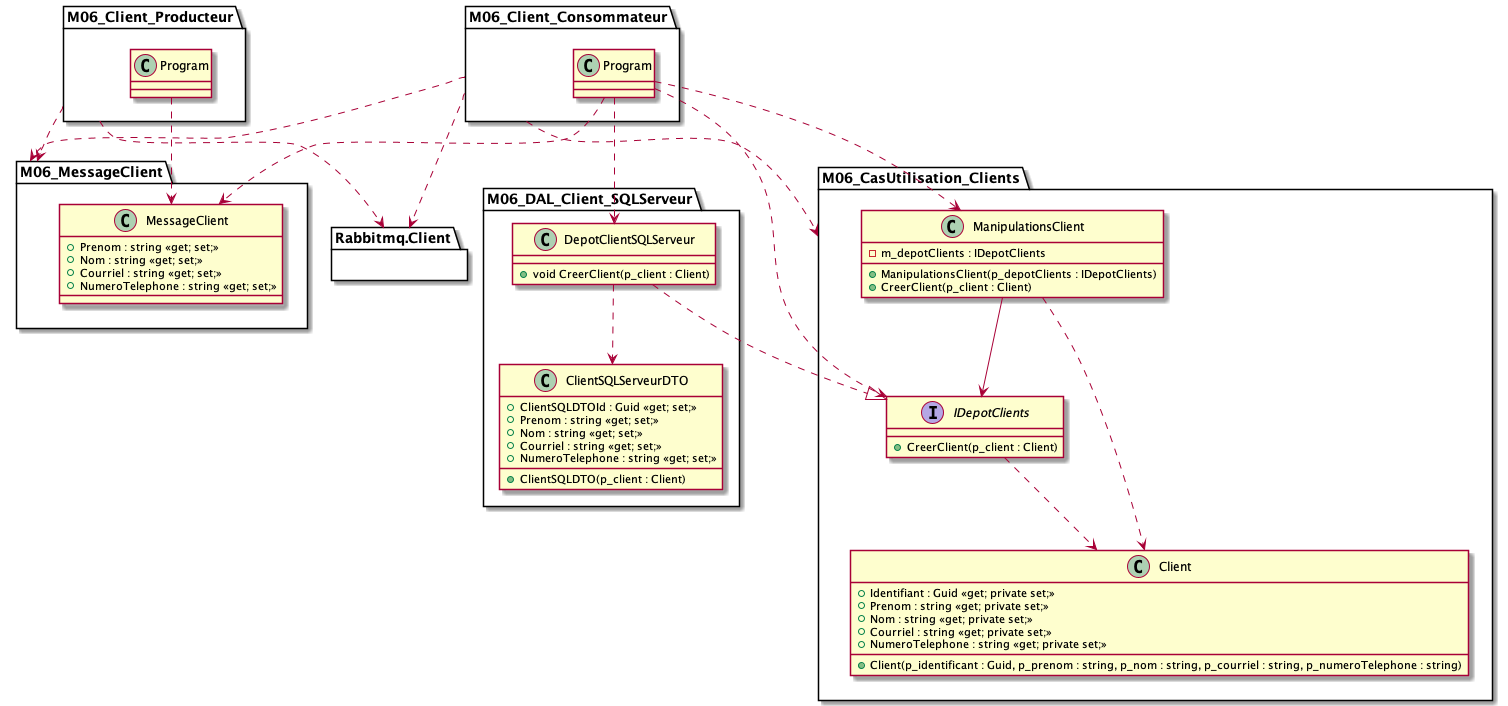
This is images/Module06_FileMessages/diag/uml_exercice2/clients_classes.png from PiFou86/420-W47-SF, a PlantUML export, as it was before one commit. Its diagram source:
```plantuml
@startuml clients_classes

package M06_CasUtilisation_Clients {
    class ManipulationsClient {
        - m_depotClients : IDepotClients
        + ManipulationsClient(p_depotClients : IDepotClients)
        + CreerClient(p_client : Client)
    }
    interface IDepotClients {
        + CreerClient(p_client : Client)
    }
    class Client {
        + Identifiant : Guid <<get; private set;>>
        + Prenom : string <<get; private set;>>
        + Nom : string <<get; private set;>>
        + Courriel : string <<get; private set;>>
        + NumeroTelephone : string <<get; private set;>>
        + Client(p_identificant : Guid, p_prenom : string, p_nom : string, p_courriel : string, p_numeroTelephone : string)
    }
    ManipulationsClient --> IDepotClients
    ManipulationsClient ..> Client
    IDepotClients ..> Client
}

package M06_DAL_Client_SQLServeur {
    class DepotClientSQLServeur {
        + void CreerClient(p_client : Client)
    }

    class ClientSQLServeurDTO {
        + ClientSQLDTOId : Guid <<get; set;>>
        + Prenom : string <<get; set;>>
        + Nom : string <<get; set;>>
        + Courriel : string <<get; set;>>
        + NumeroTelephone : string <<get; set;>>
        + ClientSQLDTO(p_client : Client)
    }

    DepotClientSQLServeur ..|> IDepotClients
    DepotClientSQLServeur ..> ClientSQLServeurDTO
}

package M06_MessageClient {
    class MessageClient {
        + Prenom : string <<get; set;>>
        + Nom : string <<get; set;>>
        + Courriel : string <<get; set;>>
        + NumeroTelephone : string <<get; set;>>
    }
}

package M06_Client_Producteur {

}
M06_Client_Producteur.Program ..> MessageClient

package M06_Client_Consommateur {


}
M06_Client_Consommateur.Program ..> MessageClient
M06_Client_Consommateur.Program ..> ManipulationsClient
M06_Client_Consommateur.Program ..> IDepotClients
M06_Client_Consommateur.Program ..> DepotClientSQLServeur


package Rabbitmq.Client {

}


M06_Client_Producteur ..> Rabbitmq.Client
M06_Client_Producteur ..> M06_MessageClient

M06_Client_Consommateur ..> Rabbitmq.Client
M06_Client_Consommateur ..> M06_CasUtilisation_Clients
M06_Client_Consommateur ..> M06_MessageClient
@enduml
```
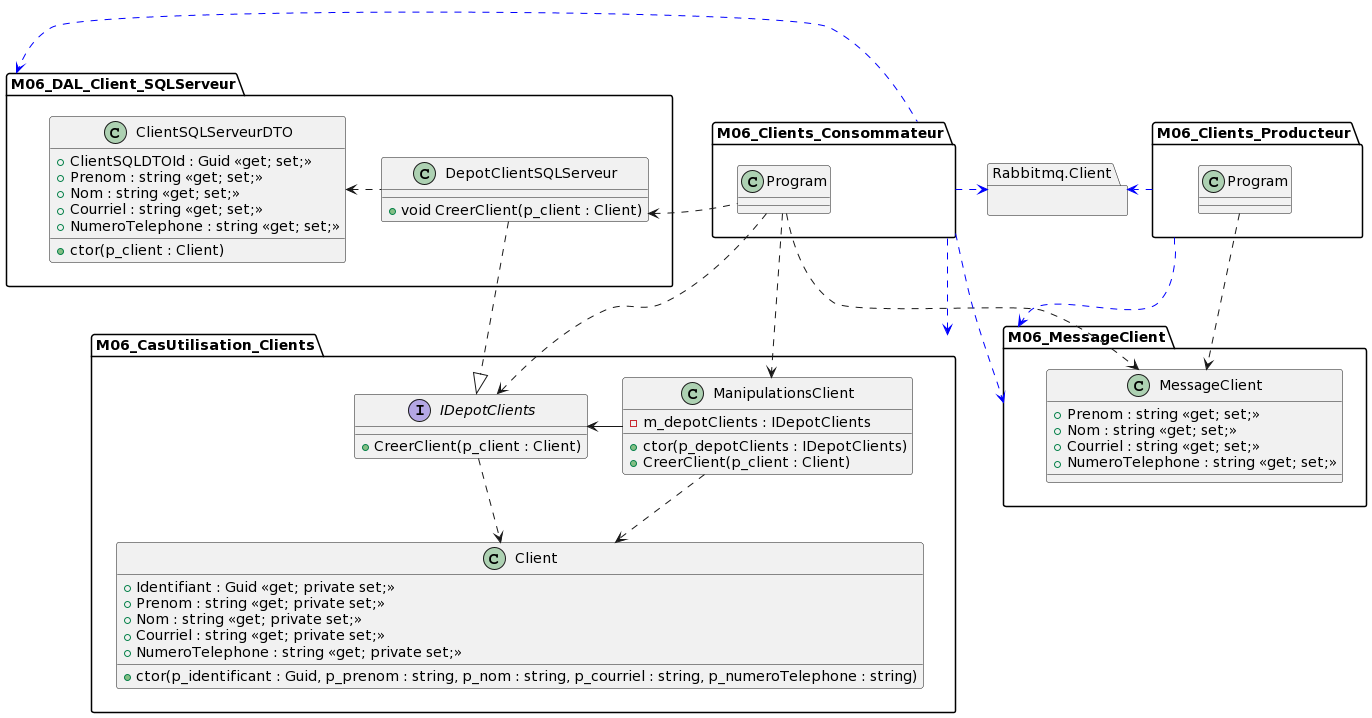
After the commit.

The edit, as a diff of the source:
```diff
@@ -1,23 +1,27 @@
-@startuml clients_classes
+@startuml
+set namespaceSeparator ::
 
 package M06_CasUtilisation_Clients {
     class ManipulationsClient {
         - m_depotClients : IDepotClients
-        + ManipulationsClient(p_depotClients : IDepotClients)
+        + ctor(p_depotClients : IDepotClients)
         + CreerClient(p_client : Client)
     }
+
     interface IDepotClients {
         + CreerClient(p_client : Client)
     }
+
     class Client {
         + Identifiant : Guid <<get; private set;>>
         + Prenom : string <<get; private set;>>
         + Nom : string <<get; private set;>>
         + Courriel : string <<get; private set;>>
         + NumeroTelephone : string <<get; private set;>>
-        + Client(p_identificant : Guid, p_prenom : string, p_nom : string, p_courriel : string, p_numeroTelephone : string)
+        + ctor(p_identificant : Guid, p_prenom : string, p_nom : string, p_courriel : string, p_numeroTelephone : string)
     }
-    ManipulationsClient --> IDepotClients
+
+    ManipulationsClient -> IDepotClients
     ManipulationsClient ..> Client
     IDepotClients ..> Client
 }
@@ -33,46 +37,46 @@
         + Nom : string <<get; set;>>
         + Courriel : string <<get; set;>>
         + NumeroTelephone : string <<get; set;>>
-        + ClientSQLDTO(p_client : Client)
+        + ctor(p_client : Client)
     }
 
-    DepotClientSQLServeur ..|> IDepotClients
-    DepotClientSQLServeur ..> ClientSQLServeurDTO
+    DepotClientSQLServeur ..|> M06_CasUtilisation_Clients::IDepotClients
+    DepotClientSQLServeur .l> ClientSQLServeurDTO
 }
 
-package M06_MessageClient {
-    class MessageClient {
-        + Prenom : string <<get; set;>>
-        + Nom : string <<get; set;>>
-        + Courriel : string <<get; set;>>
-        + NumeroTelephone : string <<get; set;>>
+together {
+    package M06_MessageClient {
+        class MessageClient {
+            + Prenom : string <<get; set;>>
+            + Nom : string <<get; set;>>
+            + Courriel : string <<get; set;>>
+            + NumeroTelephone : string <<get; set;>>
+        }
     }
+
+    package M06_Clients_Producteur {
+        class Program
+
+        Program ..> M06_MessageClient::MessageClient
+    }
+
+    package Rabbitmq.Client {}
 }
 
-package M06_Client_Producteur {
+package M06_Clients_Consommateur {
+    class Program
 
-}
-M06_Client_Producteur.Program ..> MessageClient
-
-package M06_Client_Consommateur {
-
-
-}
-M06_Client_Consommateur.Program ..> MessageClient
-M06_Client_Consommateur.Program ..> ManipulationsClient
-M06_Client_Consommateur.Program ..> IDepotClients
-M06_Client_Consommateur.Program ..> DepotClientSQLServeur
-
-
-package Rabbitmq.Client {
-
+    Program ..> M06_MessageClient::MessageClient
+    Program ..> M06_CasUtilisation_Clients::ManipulationsClient
+    Program ..> M06_CasUtilisation_Clients::IDepotClients
+    Program .l> M06_DAL_Client_SQLServeur::DepotClientSQLServeur
 }
 
+M06_Clients_Producteur .[#blue]> Rabbitmq.Client
+M06_Clients_Producteur .[#blue].> M06_MessageClient
 
-M06_Client_Producteur ..> Rabbitmq.Client
-M06_Client_Producteur ..> M06_MessageClient
-
-M06_Client_Consommateur ..> Rabbitmq.Client
-M06_Client_Consommateur ..> M06_CasUtilisation_Clients
-M06_Client_Consommateur ..> M06_MessageClient
+M06_Clients_Consommateur .[#blue]> Rabbitmq.Client
+M06_Clients_Consommateur .[#blue].> M06_CasUtilisation_Clients
+M06_Clients_Consommateur .[#blue].> M06_MessageClient
+M06_Clients_Consommateur .[#blue]l> M06_DAL_Client_SQLServeur
 @enduml
```
